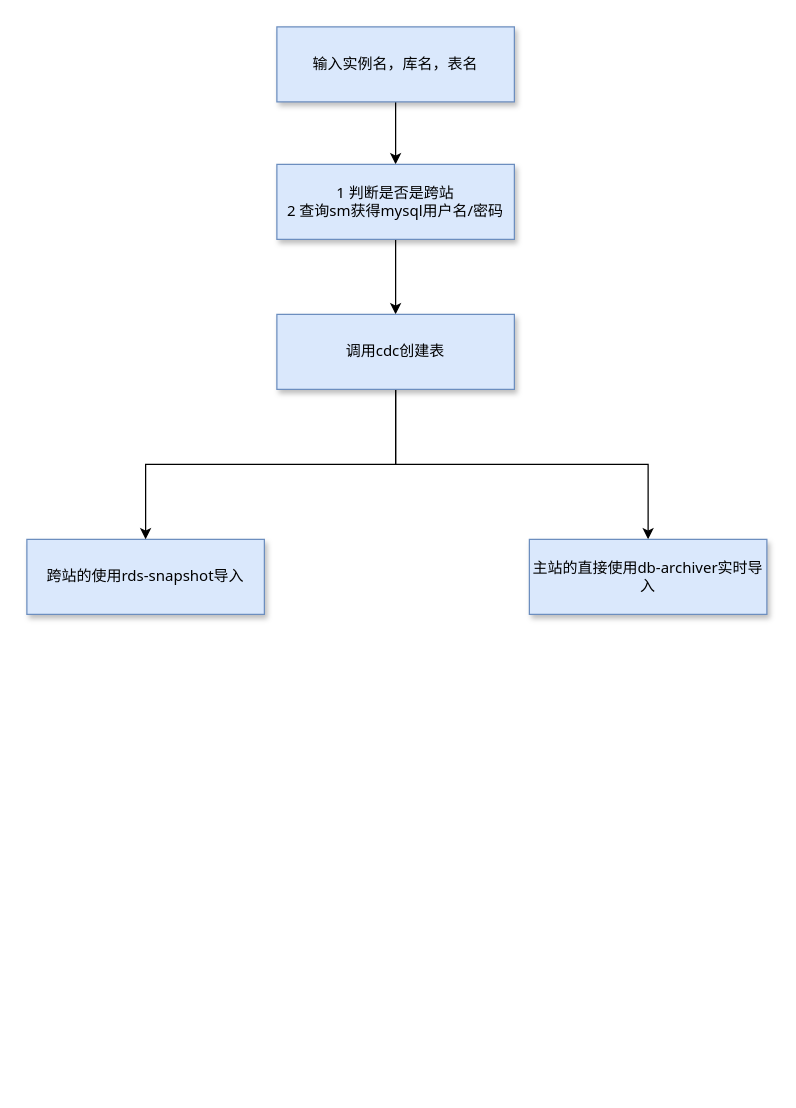
jackjoesh/databend keeps this draw.io diagram as doc/databend自动化数据导入流程.drawio. Above is the earlier version. Source tidied: cells renumbered, new cells numbered last; positions are measured from the earlier drawing's top-left corner, leaving out a move shared by most shapes. Both pictures are drawn from the tidied source at 125%, with x=0, y=0 at pixel (26, 26).
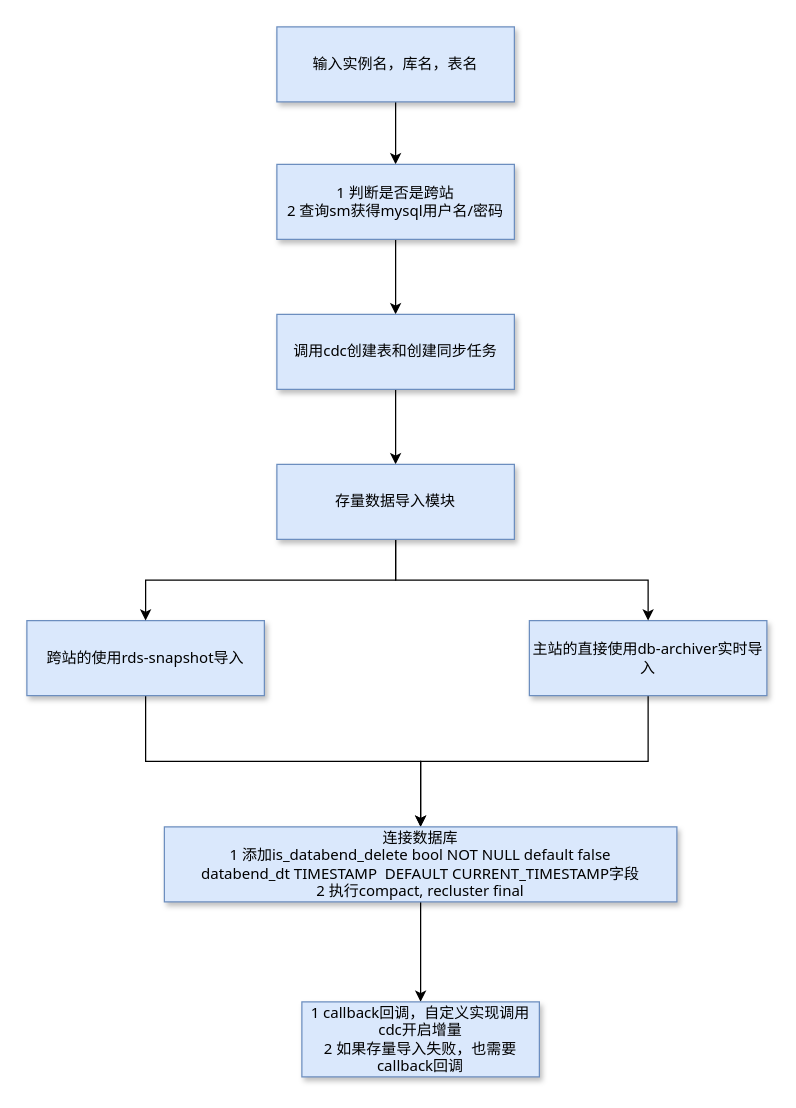
The same page after the edit.

Commit message (it also covers changes not shown here):
更新databend自动化数据导入流程.drawio

What changed in the source:
```diff
@@
 <mxGraphModel>
   <root>
     <mxCell id="0" />
     <mxCell id="1" parent="0" />
     <mxCell id="2" style="edgeStyle=orthogonalEdgeStyle;rounded=0;jettySize=auto;html=1;exitX=0.5;exitY=1;exitDx=0;exitDy=0;entryX=0.5;entryY=0;entryDx=0;entryDy=0;" parent="1" edge="1" source="3" target="5">
       <mxGeometry relative="1" as="geometry" />
     </mxCell>
     <mxCell id="3" value="输入实例名，库名，表名" style="rounded=0;whiteSpace=wrap;html=1;fillColor=#dae8fc;strokeColor=#6c8ebf;shadow=1;fontFamily=Tahoma;" parent="1" vertex="1">
       <mxGeometry x="200" width="190" height="60" as="geometry" />
     </mxCell>
     <mxCell id="4" style="edgeStyle=orthogonalEdgeStyle;rounded=0;jettySize=auto;html=1;exitX=0.5;exitY=1;exitDx=0;exitDy=0;" parent="1" edge="1" source="5" target="9">
       <mxGeometry relative="1" as="geometry" />
     </mxCell>
     <mxCell id="5" value="1 判断是否是跨站&lt;br&gt;2 查询sm获得mysql用户名/密码" style="rounded=0;whiteSpace=wrap;html=1;fillColor=#dae8fc;strokeColor=#6c8ebf;shadow=1;fontFamily=Tahoma;" parent="1" vertex="1">
       <mxGeometry x="200" y="110" width="190" height="60" as="geometry" />
     </mxCell>
+    <mxCell id="11" style="edgeStyle=orthogonalEdgeStyle;rounded=0;jettySize=auto;html=1;exitX=0.5;exitY=1;exitDx=0;exitDy=0;entryX=0.5;entryY=0;entryDx=0;entryDy=0;" parent="1" edge="1" source="6" target="18">
+      <mxGeometry relative="1" as="geometry" />
+    </mxCell>
     <mxCell id="6" value="跨站的使用rds-snapshot导入" style="rounded=0;whiteSpace=wrap;html=1;fillColor=#dae8fc;strokeColor=#6c8ebf;shadow=1;fontFamily=Tahoma;" parent="1" vertex="1">
-      <mxGeometry y="410" width="190" height="60" as="geometry" />
+      <mxGeometry y="475" width="190" height="60" as="geometry" />
     </mxCell>
-    <mxCell id="7" style="edgeStyle=orthogonalEdgeStyle;rounded=0;jettySize=auto;html=1;exitX=0.5;exitY=1;exitDx=0;exitDy=0;" parent="1" edge="1" source="9" target="6">
-      <mxGeometry relative="1" as="geometry" />
-    </mxCell>
-    <mxCell id="8" style="edgeStyle=orthogonalEdgeStyle;rounded=0;jettySize=auto;html=1;exitX=0.5;exitY=1;exitDx=0;exitDy=0;" parent="1" edge="1" source="9" target="10">
-      <mxGeometry relative="1" as="geometry" />
-    </mxCell>
+    <mxCell id="12" style="edgeStyle=orthogonalEdgeStyle;rounded=0;jettySize=auto;html=1;exitX=0.5;exitY=1;exitDx=0;exitDy=0;" parent="1" edge="1" source="9">
+      <mxGeometry relative="1" as="geometry">
+        <mxPoint x="295" y="350" as="targetPoint" />
+      </mxGeometry>
+    </mxCell>
-    <mxCell id="9" value="调用cdc创建表" style="rounded=0;whiteSpace=wrap;html=1;fillColor=#dae8fc;strokeColor=#6c8ebf;shadow=1;fontFamily=Tahoma;" parent="1" vertex="1">
+    <mxCell id="9" value="调用cdc创建表和创建同步任务" style="rounded=0;whiteSpace=wrap;html=1;fillColor=#dae8fc;strokeColor=#6c8ebf;shadow=1;fontFamily=Tahoma;" parent="1" vertex="1">
       <mxGeometry x="200" y="230" width="190" height="60" as="geometry" />
     </mxCell>
+    <mxCell id="13" style="edgeStyle=orthogonalEdgeStyle;rounded=0;jettySize=auto;html=1;exitX=0.5;exitY=1;exitDx=0;exitDy=0;entryX=0.5;entryY=0;entryDx=0;entryDy=0;" parent="1" edge="1" source="10" target="18">
+      <mxGeometry relative="1" as="geometry" />
+    </mxCell>
     <mxCell id="10" value="主站的直接使用db-archiver实时导入" style="rounded=0;whiteSpace=wrap;html=1;fillColor=#dae8fc;strokeColor=#6c8ebf;shadow=1;fontFamily=Tahoma;" parent="1" vertex="1">
-      <mxGeometry x="402" y="410" width="190" height="60" as="geometry" />
+      <mxGeometry x="402" y="475" width="190" height="60" as="geometry" />
     </mxCell>
+    <mxCell id="14" style="edgeStyle=orthogonalEdgeStyle;rounded=0;jettySize=auto;html=1;exitX=0.5;exitY=1;exitDx=0;exitDy=0;entryX=0.5;entryY=0;entryDx=0;entryDy=0;" parent="1" edge="1" source="16" target="6">
+      <mxGeometry relative="1" as="geometry" />
+    </mxCell>
+    <mxCell id="15" style="edgeStyle=orthogonalEdgeStyle;rounded=0;jettySize=auto;html=1;exitX=0.5;exitY=1;exitDx=0;exitDy=0;" parent="1" edge="1" source="16" target="10">
+      <mxGeometry relative="1" as="geometry" />
+    </mxCell>
+    <mxCell id="16" value="存量数据导入模块" style="rounded=0;whiteSpace=wrap;html=1;fillColor=#dae8fc;strokeColor=#6c8ebf;shadow=1;fontFamily=Tahoma;" parent="1" vertex="1">
+      <mxGeometry x="200" y="350" width="190" height="60" as="geometry" />
+    </mxCell>
+    <mxCell id="17" style="edgeStyle=orthogonalEdgeStyle;rounded=0;jettySize=auto;html=1;exitX=0.5;exitY=1;exitDx=0;exitDy=0;" parent="1" edge="1" source="18" target="19">
+      <mxGeometry relative="1" as="geometry" />
+    </mxCell>
+    <mxCell id="18" value="连接数据库&lt;br&gt;1 添加&lt;span style=&quot;background-color: transparent;&quot;&gt;is_databend_delete bool NOT NULL default false&lt;/span&gt;&lt;div&gt;databend_dt TIMESTAMP&amp;nbsp; DEFAULT CURRENT_TIMESTAMP字段&lt;br&gt;2 执行compact, recluster final&lt;/div&gt;" style="rounded=0;whiteSpace=wrap;html=1;fillColor=#dae8fc;strokeColor=#6c8ebf;shadow=1;fontFamily=Tahoma;" parent="1" vertex="1">
+      <mxGeometry x="110" y="640" width="410" height="60" as="geometry" />
+    </mxCell>
+    <mxCell id="19" value="1 callback回调，自定义实现调用cdc开启增量&lt;div&gt;2 如果存量导入失败，也需要&lt;span style=&quot;background-color: transparent; color: light-dark(rgb(0, 0, 0), rgb(255, 255, 255));&quot;&gt;callback回调&lt;/span&gt;&lt;/div&gt;" style="rounded=0;whiteSpace=wrap;html=1;fillColor=#dae8fc;strokeColor=#6c8ebf;shadow=1;fontFamily=Tahoma;" parent="1" vertex="1">
+      <mxGeometry x="220" y="780" width="190" height="60" as="geometry" />
+    </mxCell>
   </root>
 </mxGraphModel>
```
